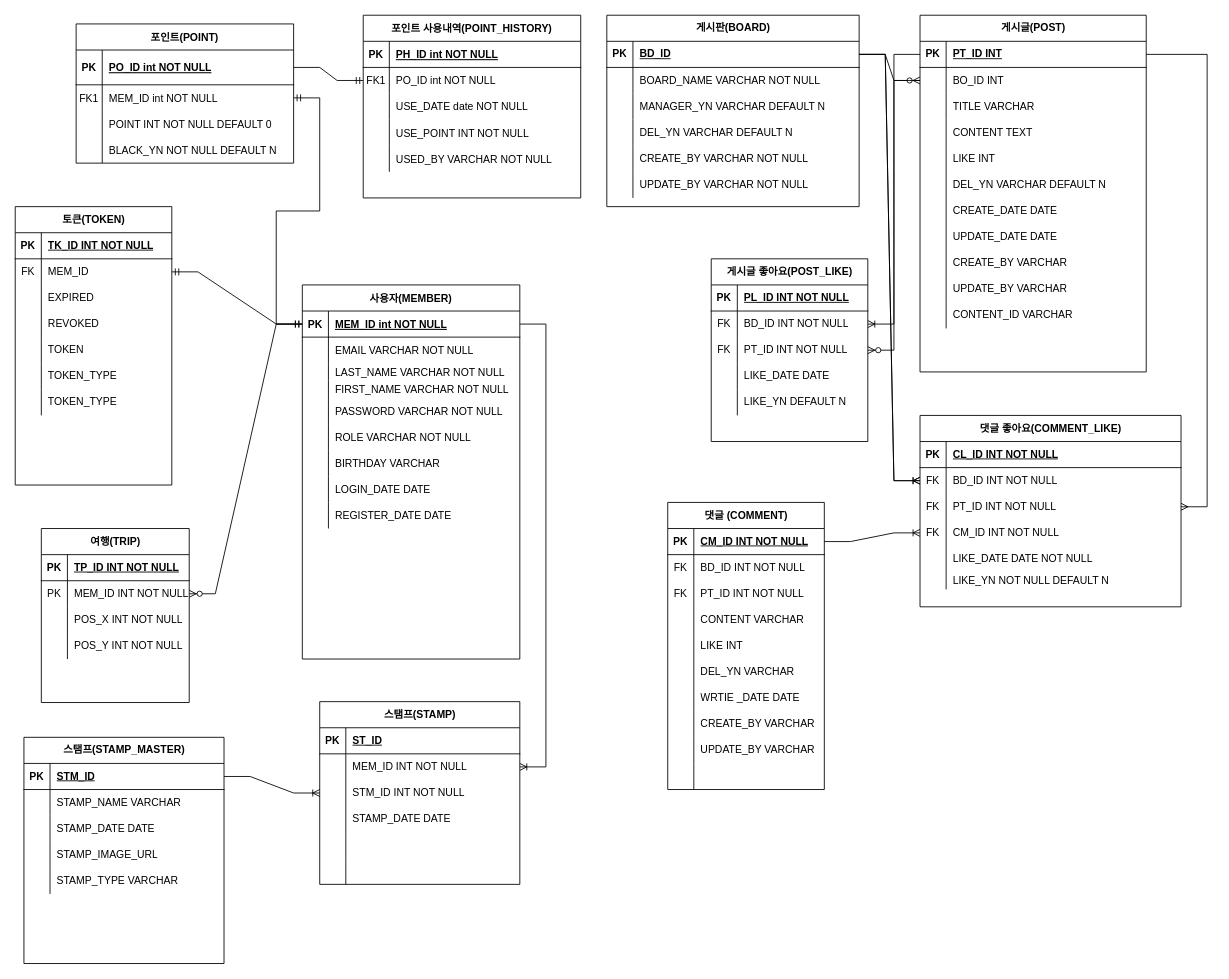
This is docs/나들이_ERD.drawio from DongJu-Na/Nadry, a draw.io file, before an edit. Source tidied: cells renumbered, new cells numbered last; positions are measured from the earlier drawing's top-left corner, leaving out a move shared by most shapes. Both pictures are drawn from the tidied source at 87%, with x=0, y=0 at pixel (15, 15).
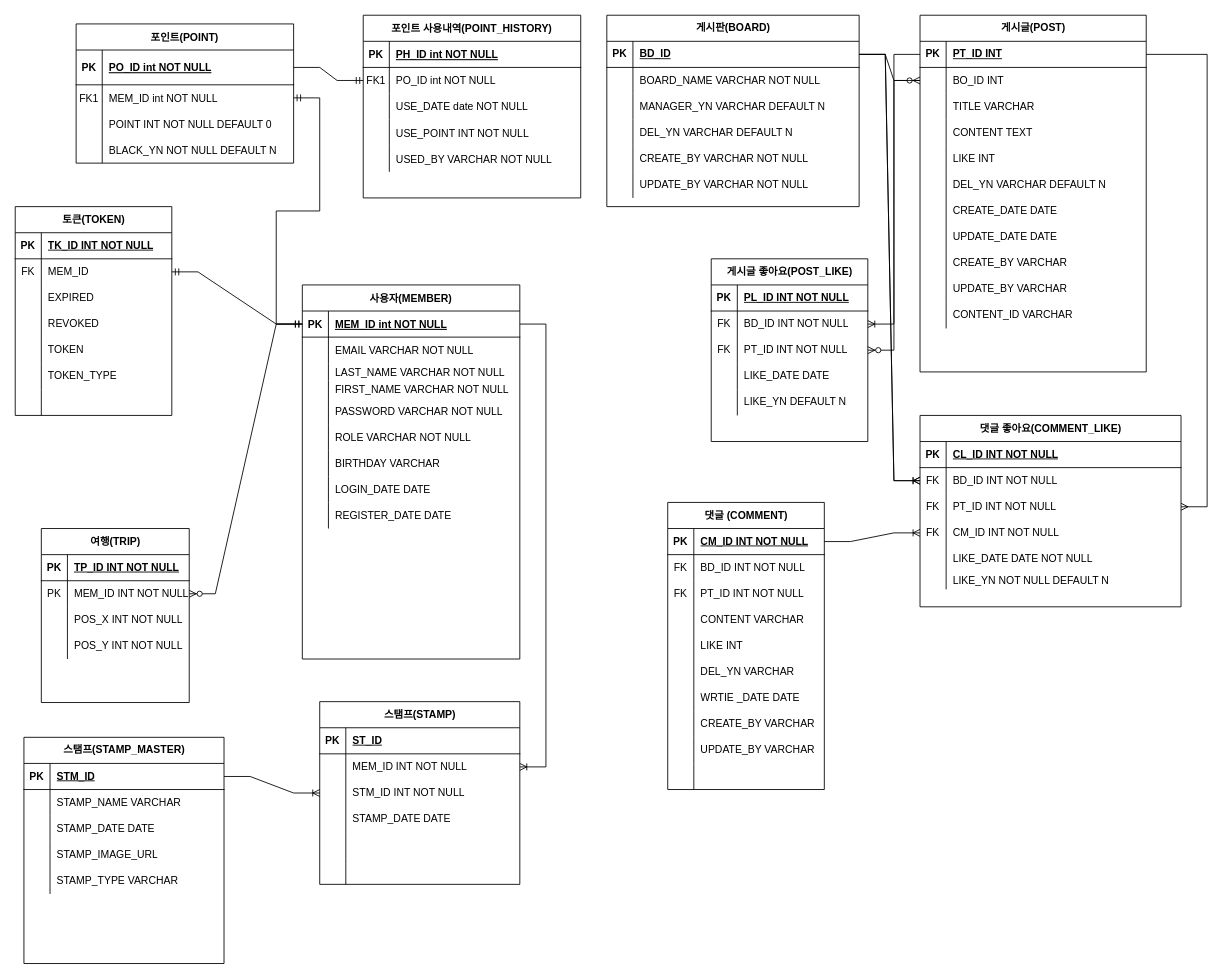
The same page after the edit.

The change refers to these unchanged cells:
```xml
<mxCell id="78" style="shape=tableRow;horizontal=0;startSize=0;swimlaneHead=0;swimlaneBody=0;fillColor=none;top=0;left=0;right=0;bottom=0;" parent="59" vertex="1">
  <mxGeometry y="210" width="180" height="30" as="geometry" />
</mxCell>
```

The edit, as a diff of the source:
```diff
@@
     <mxCell id="59" value="토큰(TOKEN)" style="shape=table;startSize=30;childLayout=tableLayout;rowLines=0;fontStyle=1;align=center;html=1;" parent="1" vertex="1">
-      <mxGeometry y="220" width="180" height="320" as="geometry" />
+      <mxGeometry y="220" width="180" height="240" as="geometry" />
     </mxCell>
@@
-    <mxCell id="80" value="TOKEN_TYPE" style="shape=partialRectangle;fillColor=none;top=0;left=0;bottom=0;right=0;align=left;spacingLeft=6;overflow=hidden;whiteSpace=wrap;html=1;" parent="78" vertex="1">
+    <mxCell id="80" style="shape=partialRectangle;fillColor=none;top=0;left=0;bottom=0;right=0;align=left;spacingLeft=6;overflow=hidden;whiteSpace=wrap;html=1;" parent="78" vertex="1">
       <mxGeometry x="30" width="150" height="30" as="geometry" />
     </mxCell>
```
